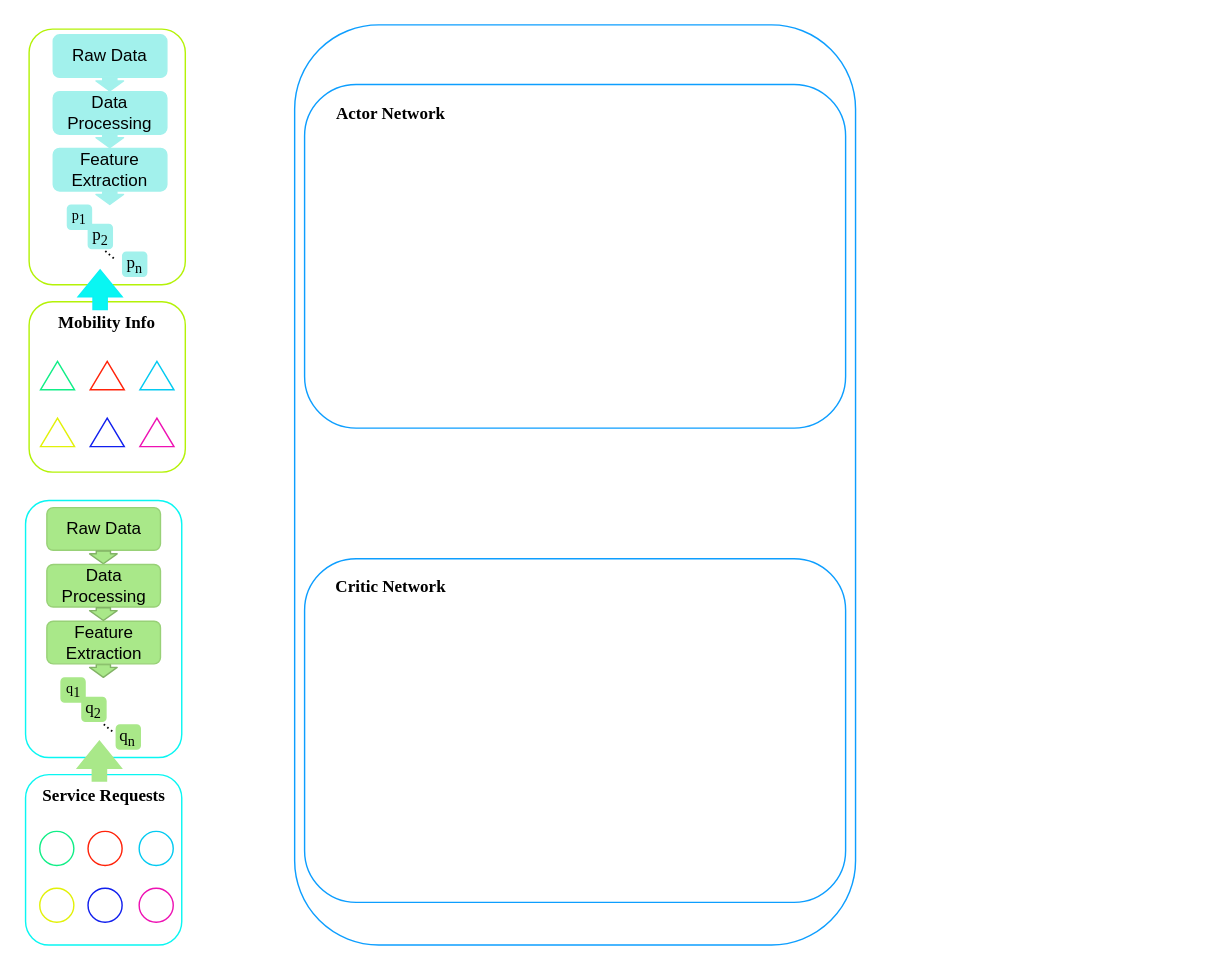
The draw.io diagram 3.drawio in DCLe-DA/Learning-DL-by-Hand, before the edit. Source tidied: cells renumbered, new cells numbered last; positions are measured from the earlier drawing's top-left corner, leaving out a move shared by most shapes. Both pictures are drawn from the tidied source at 142%, with x=0, y=0 at pixel (26, 24).
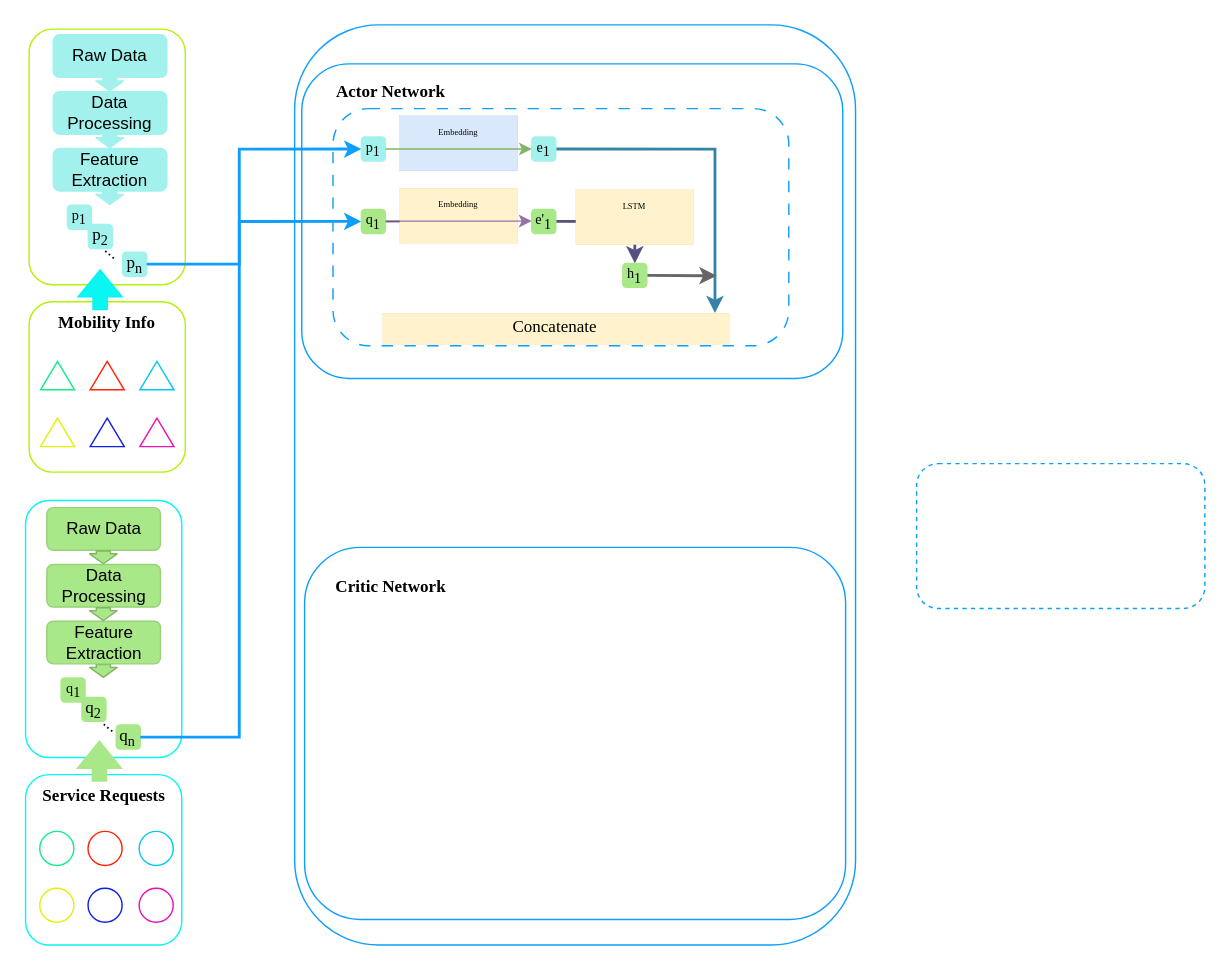
The same page after the edit.

The change refers to these unchanged cells:
```xml
<mxCell id="28" value="&lt;font face=&quot;Times New Roman&quot;&gt;p&lt;sub&gt;n&lt;/sub&gt;&lt;/font&gt;" style="whiteSpace=wrap;html=1;rounded=1;strokeColor=#A2F1EC;fillColor=#A2F1EC;" parent="2" vertex="1">
  <mxGeometry x="65.9" y="157.1" width="16.9" height="16.9" as="geometry" />
</mxCell>
<mxCell id="45" value="&lt;font face=&quot;Times New Roman&quot;&gt;q&lt;sub&gt;n&lt;/sub&gt;&lt;/font&gt;" style="whiteSpace=wrap;html=1;rounded=1;strokeColor=#A9E889;fillColor=#A9E889;" parent="42" vertex="1">
  <mxGeometry x="38.9" y="33.1" width="16.9" height="16.9" as="geometry" />
</mxCell>
```

Diff of the diagram source:
```diff
@@
     <mxCell id="63" style="rounded=1;whiteSpace=wrap;html=1;strokeWidth=1;fontFamily=Helvetica;fontSize=12;fontColor=default;fillColor=none;gradientColor=none;strokeColor=#0D9EFF;" parent="1" vertex="1">
-      <mxGeometry x="196" y="42" width="381" height="242" as="geometry" />
+      <mxGeometry x="194" y="27.5" width="381" height="221.5" as="geometry" />
     </mxCell>
     <mxCell id="64" style="rounded=1;whiteSpace=wrap;html=1;strokeWidth=1;fontFamily=Helvetica;fontSize=12;fontColor=default;fillColor=none;gradientColor=none;strokeColor=#0D9EFF;" parent="1" vertex="1">
-      <mxGeometry x="196" y="376" width="381" height="242" as="geometry" />
+      <mxGeometry x="196" y="368" width="381" height="262" as="geometry" />
     </mxCell>
     <mxCell id="65" value="&lt;font face=&quot;Times New Roman&quot;&gt;&lt;b&gt;Actor Network&lt;/b&gt;&lt;/font&gt;" style="text;strokeColor=none;align=center;fillColor=none;html=1;verticalAlign=middle;whiteSpace=wrap;rounded=0;fontSize=12;fontFamily=Helvetica;fontColor=default;" parent="1" vertex="1">
-      <mxGeometry x="216" y="48" width="82" height="30" as="geometry" />
+      <mxGeometry x="216" y="32" width="82" height="30" as="geometry" />
     </mxCell>
@@
+    <mxCell id="67" style="rounded=1;whiteSpace=wrap;html=1;strokeWidth=1;fontFamily=Helvetica;fontSize=12;fontColor=default;fillColor=none;gradientColor=none;strokeColor=#0D9EFF;dashed=1;dashPattern=8 8;" parent="1" vertex="1">
+      <mxGeometry x="216" y="59" width="321" height="167" as="geometry" />
+    </mxCell>
+    <mxCell id="68" style="rounded=1;whiteSpace=wrap;html=1;strokeWidth=1;fontFamily=Helvetica;fontSize=12;fontColor=default;fillColor=none;gradientColor=none;strokeColor=#0D9EFF;dashed=1;" parent="1" vertex="1">
+      <mxGeometry x="627" y="309" width="203" height="102" as="geometry" />
+    </mxCell>
+    <mxCell id="69" style="edgeStyle=orthogonalEdgeStyle;rounded=0;jettySize=auto;html=1;exitX=1;exitY=0.5;exitDx=0;exitDy=0;fontFamily=Helvetica;fontSize=12;fontColor=default;entryX=0;entryY=0.5;entryDx=0;entryDy=0;strokeColor=#0D9EFF;strokeWidth=2;" parent="1" edge="1" source="28" target="70">
+      <mxGeometry relative="1" as="geometry">
+        <Array as="points">
+          <mxPoint x="150" y="169" />
+          <mxPoint x="150" y="87" />
+        </Array>
+      </mxGeometry>
+    </mxCell>
+    <mxCell id="70" value="&lt;font style=&quot;font-size: 10px;&quot; face=&quot;Times New Roman&quot;&gt;&lt;span style=&quot;font-size: 10px;&quot;&gt;p&lt;/span&gt;&lt;sub style=&quot;font-size: 10px;&quot;&gt;1&lt;/sub&gt;&lt;/font&gt;" style="whiteSpace=wrap;html=1;rounded=1;strokeColor=#A2F1EC;fillColor=#A2F1EC;" parent="1" vertex="1">
+      <mxGeometry x="236" y="79" width="16.9" height="16.9" as="geometry" />
+    </mxCell>
+    <mxCell id="71" style="rounded=0;whiteSpace=wrap;html=1;strokeWidth=0;fontFamily=Helvetica;fontSize=12;fillColor=#dae8fc;strokeColor=#6c8ebf;" parent="1" vertex="1">
+      <mxGeometry x="263" y="64" width="83" height="38.9" as="geometry" />
+    </mxCell>
+    <mxCell id="72" value="&lt;font face=&quot;Times New Roman&quot; style=&quot;font-size: 6px;&quot;&gt;Embedding&lt;/font&gt;" style="text;strokeColor=none;align=center;fillColor=none;html=1;verticalAlign=middle;whiteSpace=wrap;rounded=0;fontSize=12;fontFamily=Helvetica;fontColor=default;" parent="1" vertex="1">
+      <mxGeometry x="293.2" y="69" width="22.5" height="10" as="geometry" />
+    </mxCell>
+    <mxCell id="73" style="edgeStyle=orthogonalEdgeStyle;rounded=0;jettySize=auto;html=1;exitX=1;exitY=0.5;exitDx=0;exitDy=0;fontFamily=Helvetica;fontSize=12;fontColor=default;strokeWidth=2;fillColor=#e1d5e7;strokeColor=#3584A6;" parent="1" edge="1" source="74" target="91">
+      <mxGeometry relative="1" as="geometry">
+        <Array as="points">
+          <mxPoint x="485" y="87" />
+        </Array>
+      </mxGeometry>
+    </mxCell>
+    <mxCell id="74" value="&lt;font style=&quot;font-size: 10px;&quot; face=&quot;Times New Roman&quot;&gt;&lt;span style=&quot;font-size: 10px;&quot;&gt;e&lt;/span&gt;&lt;sub style=&quot;font-size: 10px;&quot;&gt;1&lt;/sub&gt;&lt;/font&gt;" style="whiteSpace=wrap;html=1;rounded=1;strokeColor=#A2F1EC;fillColor=#A2F1EC;" parent="1" vertex="1">
+      <mxGeometry x="356" y="79" width="16.9" height="16.9" as="geometry" />
+    </mxCell>
+    <mxCell id="75" style="edgeStyle=none;rounded=0;jettySize=auto;html=1;exitX=1;exitY=0.5;exitDx=0;exitDy=0;fontFamily=Helvetica;fontSize=12;fontColor=default;fillColor=#d5e8d4;strokeColor=#82b366;" parent="1" edge="1" source="70" target="74">
+      <mxGeometry relative="1" as="geometry" />
+    </mxCell>
+    <mxCell id="76" style="edgeStyle=orthogonalEdgeStyle;rounded=0;jettySize=auto;html=1;exitX=1;exitY=0.5;exitDx=0;exitDy=0;entryX=0;entryY=0.5;entryDx=0;entryDy=0;fontFamily=Helvetica;fontSize=12;fontColor=default;strokeColor=#0D9EFF;strokeWidth=2;" parent="1" edge="1" source="45" target="78">
+      <mxGeometry relative="1" as="geometry">
+        <Array as="points">
+          <mxPoint x="150" y="502" />
+          <mxPoint x="150" y="138" />
+        </Array>
+      </mxGeometry>
+    </mxCell>
+    <mxCell id="77" style="edgeStyle=orthogonalEdgeStyle;rounded=0;jettySize=auto;html=1;fontFamily=Helvetica;fontSize=12;fontColor=default;" parent="1" edge="1" source="78" target="83">
+      <mxGeometry relative="1" as="geometry" />
+    </mxCell>
+    <mxCell id="78" value="&lt;font style=&quot;font-size: 10px;&quot; face=&quot;Times New Roman&quot;&gt;q&lt;sub style=&quot;font-size: 10px;&quot;&gt;1&lt;/sub&gt;&lt;/font&gt;" style="whiteSpace=wrap;html=1;rounded=1;strokeColor=#A9E889;fillColor=#A9E889;" parent="1" vertex="1">
+      <mxGeometry x="236" y="130" width="16.9" height="16.9" as="geometry" />
+    </mxCell>
+    <mxCell id="79" style="edgeStyle=orthogonalEdgeStyle;rounded=0;jettySize=auto;html=1;exitX=1;exitY=0.5;exitDx=0;exitDy=0;entryX=0.5;entryY=0;entryDx=0;entryDy=0;fontFamily=Helvetica;fontSize=12;fontColor=default;strokeWidth=2;fillColor=#d0cee2;strokeColor=#56517e;" parent="1" edge="1" source="80" target="88">
+      <mxGeometry relative="1" as="geometry" />
+    </mxCell>
+    <mxCell id="80" value="&lt;font style=&quot;font-size: 10px;&quot; face=&quot;Times New Roman&quot;&gt;&lt;span style=&quot;font-size: 10px;&quot;&gt;e'&lt;/span&gt;&lt;sub style=&quot;font-size: 10px;&quot;&gt;1&lt;/sub&gt;&lt;/font&gt;" style="whiteSpace=wrap;html=1;rounded=1;strokeColor=#A9E889;fillColor=#A9E889;" parent="1" vertex="1">
+      <mxGeometry x="356" y="130" width="16.9" height="16.9" as="geometry" />
+    </mxCell>
+    <mxCell id="81" style="group;" parent="1" vertex="1">
+      <mxGeometry x="263" y="115" width="83" height="38.9" as="geometry" />
+    </mxCell>
+    <mxCell id="82" style="rounded=0;whiteSpace=wrap;html=1;strokeWidth=0;fontFamily=Helvetica;fontSize=12;fillColor=#fff2cc;strokeColor=#d6b656;" parent="81" vertex="1">
+      <mxGeometry width="83" height="38.9" as="geometry" />
+    </mxCell>
+    <mxCell id="83" value="&lt;font face=&quot;Times New Roman&quot; style=&quot;font-size: 6px;&quot;&gt;Embedding&lt;/font&gt;" style="text;strokeColor=none;align=center;fillColor=none;html=1;verticalAlign=middle;whiteSpace=wrap;rounded=0;fontSize=12;fontFamily=Helvetica;fontColor=default;" parent="81" vertex="1">
+      <mxGeometry x="30.2" y="5" width="22.5" height="10" as="geometry" />
+    </mxCell>
+    <mxCell id="84" style="group;" parent="1" vertex="1">
+      <mxGeometry x="387" y="116" width="83" height="38.9" as="geometry" />
+    </mxCell>
+    <mxCell id="85" style="rounded=0;whiteSpace=wrap;html=1;strokeWidth=0;fontFamily=Helvetica;fontSize=12;fillColor=#fff2cc;strokeColor=#d6b656;" parent="84" vertex="1">
+      <mxGeometry width="83" height="38.9" as="geometry" />
+    </mxCell>
+    <mxCell id="86" value="&lt;font face=&quot;Times New Roman&quot; style=&quot;font-size: 6px;&quot;&gt;LSTM&lt;/font&gt;" style="text;strokeColor=none;align=center;fillColor=none;html=1;verticalAlign=middle;whiteSpace=wrap;rounded=0;fontSize=12;fontFamily=Helvetica;fontColor=default;" parent="84" vertex="1">
+      <mxGeometry x="30.2" y="5" width="22.5" height="10" as="geometry" />
+    </mxCell>
+    <mxCell id="87" style="edgeStyle=none;rounded=0;jettySize=auto;html=1;exitX=1;exitY=0.5;exitDx=0;exitDy=0;fontFamily=Helvetica;fontSize=12;fontColor=default;strokeWidth=2;fillColor=#f5f5f5;strokeColor=#666666;" parent="1" edge="1" source="88">
+      <mxGeometry relative="1" as="geometry">
+        <mxPoint x="486.2" y="176.7" as="targetPoint" />
+      </mxGeometry>
+    </mxCell>
+    <mxCell id="88" value="&lt;font style=&quot;font-size: 10px;&quot; face=&quot;Times New Roman&quot;&gt;&lt;span style=&quot;font-size: 10px;&quot;&gt;h&lt;/span&gt;&lt;sub style=&quot;font-size: 10px;&quot;&gt;1&lt;/sub&gt;&lt;/font&gt;" style="whiteSpace=wrap;html=1;rounded=1;strokeColor=#A9E889;fillColor=#A9E889;" parent="1" vertex="1">
+      <mxGeometry x="420.1" y="168" width="16.9" height="16.9" as="geometry" />
+    </mxCell>
+    <mxCell id="89" style="edgeStyle=none;rounded=0;orthogonalLoop=1;jettySize=auto;html=1;exitX=1;exitY=0.5;exitDx=0;exitDy=0;fontFamily=Helvetica;fontSize=12;fontColor=default;fillColor=#e1d5e7;strokeColor=#9673a6;" parent="1" edge="1">
+      <mxGeometry relative="1" as="geometry">
+        <mxPoint x="252.9" y="138.2" as="sourcePoint" />
+        <mxPoint x="355.9" y="138.2" as="targetPoint" />
+      </mxGeometry>
+    </mxCell>
+    <mxCell id="90" style="group;" parent="1" vertex="1">
+      <mxGeometry x="331" y="203" width="164" height="38.9" as="geometry" />
+    </mxCell>
+    <mxCell id="91" style="rounded=0;whiteSpace=wrap;html=1;strokeWidth=0;fontFamily=Helvetica;fontSize=12;fillColor=#fff2cc;strokeColor=#d6b656;" parent="90" vertex="1">
+      <mxGeometry x="-80" width="244" height="22" as="geometry" />
+    </mxCell>
+    <mxCell id="92" value="&lt;font face=&quot;Times New Roman&quot;&gt;Concatenate&lt;/font&gt;" style="text;strokeColor=none;align=center;fillColor=none;html=1;verticalAlign=middle;whiteSpace=wrap;rounded=0;fontSize=12;fontFamily=Helvetica;fontColor=default;" parent="90" vertex="1">
+      <mxGeometry x="30.2" y="5" width="22.5" height="10" as="geometry" />
+    </mxCell>
```
